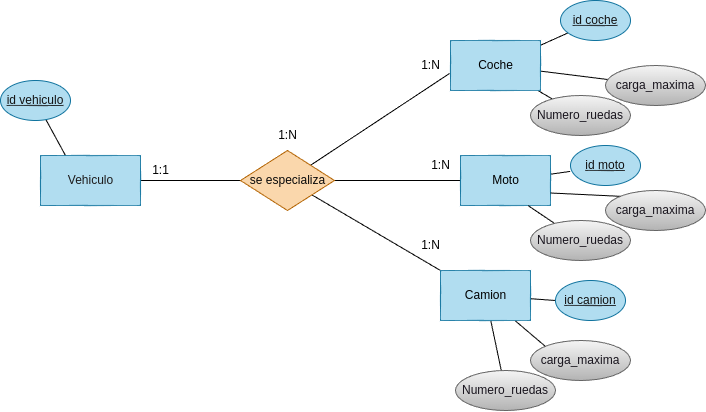
This is tareas/tarea-3/images/ejercicio18.drawio.png from betancorge/base-datos-2, a draw.io export, as it was before one commit. Source tidied: cells renumbered, new cells last; positions are measured from the earlier drawing's top-left corner, leaving out a move shared by most shapes. The source it was exported from:
```xml
<mxGraphModel>
  <root>
    <mxCell id="0" />
    <mxCell id="1" parent="0" />
    <mxCell id="2" style="edgeStyle=none;html=1;endArrow=none;endFill=0;entryX=0.25;entryY=0;entryDx=0;entryDy=0;" parent="1" edge="1" source="3" target="5">
      <mxGeometry relative="1" as="geometry" />
    </mxCell>
    <mxCell id="3" value="id vehiculo" style="ellipse;whiteSpace=wrap;html=1;align=center;fontStyle=4;fillColor=#b1ddf0;strokeColor=#10739e;fontColor=#121111;" parent="1" vertex="1">
      <mxGeometry y="80" width="70" height="40" as="geometry" />
    </mxCell>
    <mxCell id="4" style="edgeStyle=none;html=1;entryX=0;entryY=0.5;entryDx=0;entryDy=0;endArrow=none;endFill=0;" parent="1" edge="1" source="5" target="9">
      <mxGeometry relative="1" as="geometry" />
    </mxCell>
    <mxCell id="5" value="&lt;font color=&quot;#1d1b1b&quot;&gt;Vehiculo&lt;/font&gt;" style="html=1;dashed=0;whitespace=wrap;fillColor=#b1ddf0;strokeColor=#10739e;" parent="1" vertex="1">
      <mxGeometry x="40" y="155" width="100" height="50" as="geometry" />
    </mxCell>
    <mxCell id="6" style="edgeStyle=none;html=1;exitX=1;exitY=0.5;exitDx=0;exitDy=0;entryX=0;entryY=0.5;entryDx=0;entryDy=0;endArrow=none;endFill=0;" parent="1" edge="1" source="9" target="11">
      <mxGeometry relative="1" as="geometry" />
    </mxCell>
    <mxCell id="7" style="edgeStyle=none;html=1;entryX=-0.011;entryY=0.66;entryDx=0;entryDy=0;entryPerimeter=0;endArrow=none;endFill=0;" parent="1" edge="1" source="9" target="17">
      <mxGeometry relative="1" as="geometry" />
    </mxCell>
    <mxCell id="8" style="edgeStyle=none;html=1;entryX=0;entryY=0;entryDx=0;entryDy=0;endArrow=none;endFill=0;" parent="1" edge="1" source="9" target="21">
      <mxGeometry relative="1" as="geometry" />
    </mxCell>
    <mxCell id="9" value="&lt;font color=&quot;#0a0a0a&quot;&gt;se especializa&lt;/font&gt;" style="shape=rhombus;html=1;dashed=0;whitespace=wrap;perimeter=rhombusPerimeter;fillColor=#fad7ac;strokeColor=#b46504;" parent="1" vertex="1">
      <mxGeometry x="240" y="150" width="94" height="60" as="geometry" />
    </mxCell>
    <mxCell id="10" style="edgeStyle=none;html=1;entryX=-0.004;entryY=0.648;entryDx=0;entryDy=0;entryPerimeter=0;endArrow=none;endFill=0;" parent="1" edge="1" source="11" target="34">
      <mxGeometry relative="1" as="geometry" />
    </mxCell>
    <mxCell id="11" value="&lt;font color=&quot;#000000&quot;&gt;Moto&lt;/font&gt;" style="html=1;dashed=0;whitespace=wrap;fillColor=#b1ddf0;strokeColor=#10739e;" parent="1" vertex="1">
      <mxGeometry x="460" y="155" width="90" height="50" as="geometry" />
    </mxCell>
    <mxCell id="12" value="1:N" style="text;html=1;align=center;verticalAlign=middle;strokeColor=none;fillColor=none;" parent="1" vertex="1">
      <mxGeometry x="420" y="150" width="40" height="30" as="geometry" />
    </mxCell>
    <mxCell id="13" value="1:1" style="text;html=1;align=center;verticalAlign=middle;strokeColor=none;fillColor=none;" parent="1" vertex="1">
      <mxGeometry x="140" y="155" width="40" height="30" as="geometry" />
    </mxCell>
    <mxCell id="14" style="edgeStyle=none;html=1;endArrow=none;endFill=0;" parent="1" edge="1" source="17" target="32">
      <mxGeometry relative="1" as="geometry" />
    </mxCell>
    <mxCell id="15" style="edgeStyle=none;html=1;endArrow=none;endFill=0;" parent="1" edge="1" source="17" target="31">
      <mxGeometry relative="1" as="geometry" />
    </mxCell>
    <mxCell id="16" style="edgeStyle=none;html=1;endArrow=none;endFill=0;" parent="1" edge="1" source="17" target="33">
      <mxGeometry relative="1" as="geometry" />
    </mxCell>
    <mxCell id="17" value="&lt;font color=&quot;#000000&quot;&gt;Coche&lt;/font&gt;" style="html=1;dashed=0;whitespace=wrap;fillColor=#b1ddf0;strokeColor=#10739e;" parent="1" vertex="1">
      <mxGeometry x="450" y="40" width="90" height="50" as="geometry" />
    </mxCell>
    <mxCell id="18" style="edgeStyle=none;html=1;endArrow=none;endFill=0;" parent="1" edge="1" source="21" target="25">
      <mxGeometry relative="1" as="geometry" />
    </mxCell>
    <mxCell id="19" style="edgeStyle=none;html=1;entryX=0;entryY=0;entryDx=0;entryDy=0;endArrow=none;endFill=0;" parent="1" edge="1" source="21" target="26">
      <mxGeometry relative="1" as="geometry" />
    </mxCell>
    <mxCell id="20" style="edgeStyle=none;html=1;entryX=0;entryY=0.5;entryDx=0;entryDy=0;endArrow=none;endFill=0;" parent="1" edge="1" source="21" target="35">
      <mxGeometry relative="1" as="geometry" />
    </mxCell>
    <mxCell id="21" value="&lt;font color=&quot;#000000&quot;&gt;Camion&lt;/font&gt;" style="html=1;dashed=0;whitespace=wrap;fillColor=#b1ddf0;strokeColor=#10739e;" parent="1" vertex="1">
      <mxGeometry x="440" y="270" width="90" height="50" as="geometry" />
    </mxCell>
    <mxCell id="22" value="1:N" style="text;html=1;align=center;verticalAlign=middle;strokeColor=none;fillColor=none;" parent="1" vertex="1">
      <mxGeometry x="410" y="50" width="40" height="30" as="geometry" />
    </mxCell>
    <mxCell id="23" value="1:N" style="text;html=1;align=center;verticalAlign=middle;strokeColor=none;fillColor=none;" parent="1" vertex="1">
      <mxGeometry x="410" y="230" width="40" height="30" as="geometry" />
    </mxCell>
    <mxCell id="24" value="1:N" style="text;html=1;align=center;verticalAlign=middle;strokeColor=none;fillColor=none;" parent="1" vertex="1">
      <mxGeometry x="267" y="120" width="40" height="30" as="geometry" />
    </mxCell>
    <mxCell id="25" value="&lt;font color=&quot;#18141d&quot;&gt;Numero_ruedas&lt;/font&gt;" style="ellipse;whiteSpace=wrap;html=1;align=center;fillColor=#f5f5f5;gradientColor=#b3b3b3;strokeColor=#666666;" parent="1" vertex="1">
      <mxGeometry x="455" y="370" width="100" height="40" as="geometry" />
    </mxCell>
    <mxCell id="26" value="&lt;font color=&quot;#18141d&quot;&gt;carga_maxima&lt;/font&gt;" style="ellipse;whiteSpace=wrap;html=1;align=center;fillColor=#f5f5f5;gradientColor=#b3b3b3;strokeColor=#666666;" parent="1" vertex="1">
      <mxGeometry x="530" y="340" width="100" height="40" as="geometry" />
    </mxCell>
    <mxCell id="27" style="edgeStyle=none;html=1;endArrow=none;endFill=0;exitX=0.75;exitY=1;exitDx=0;exitDy=0;" parent="1" edge="1" source="11" target="29">
      <mxGeometry relative="1" as="geometry" />
    </mxCell>
    <mxCell id="28" style="edgeStyle=none;html=1;entryX=0;entryY=0;entryDx=0;entryDy=0;endArrow=none;endFill=0;exitX=1;exitY=0.75;exitDx=0;exitDy=0;" parent="1" edge="1" source="11" target="30">
      <mxGeometry relative="1" as="geometry" />
    </mxCell>
    <mxCell id="29" value="&lt;font color=&quot;#18141d&quot;&gt;Numero_ruedas&lt;/font&gt;" style="ellipse;whiteSpace=wrap;html=1;align=center;fillColor=#f5f5f5;gradientColor=#b3b3b3;strokeColor=#666666;" parent="1" vertex="1">
      <mxGeometry x="530" y="220" width="100" height="40" as="geometry" />
    </mxCell>
    <mxCell id="30" value="&lt;font color=&quot;#18141d&quot;&gt;carga_maxima&lt;/font&gt;" style="ellipse;whiteSpace=wrap;html=1;align=center;fillColor=#f5f5f5;gradientColor=#b3b3b3;strokeColor=#666666;" parent="1" vertex="1">
      <mxGeometry x="605" y="190" width="100" height="40" as="geometry" />
    </mxCell>
    <mxCell id="31" value="&lt;font color=&quot;#18141d&quot;&gt;Numero_ruedas&lt;/font&gt;" style="ellipse;whiteSpace=wrap;html=1;align=center;fillColor=#f5f5f5;gradientColor=#b3b3b3;strokeColor=#666666;" parent="1" vertex="1">
      <mxGeometry x="530" y="95" width="100" height="40" as="geometry" />
    </mxCell>
    <mxCell id="32" value="&lt;font color=&quot;#18141d&quot;&gt;carga_maxima&lt;/font&gt;" style="ellipse;whiteSpace=wrap;html=1;align=center;fillColor=#f5f5f5;gradientColor=#b3b3b3;strokeColor=#666666;" parent="1" vertex="1">
      <mxGeometry x="605" y="65" width="100" height="40" as="geometry" />
    </mxCell>
    <mxCell id="33" value="id coche" style="ellipse;whiteSpace=wrap;html=1;align=center;fontStyle=4;fillColor=#b1ddf0;strokeColor=#10739e;fontColor=#121111;" parent="1" vertex="1">
      <mxGeometry x="560" width="70" height="40" as="geometry" />
    </mxCell>
    <mxCell id="34" value="id moto" style="ellipse;whiteSpace=wrap;html=1;align=center;fontStyle=4;fillColor=#b1ddf0;strokeColor=#10739e;fontColor=#121111;" parent="1" vertex="1">
      <mxGeometry x="570" y="145" width="70" height="40" as="geometry" />
    </mxCell>
    <mxCell id="35" value="id camion" style="ellipse;whiteSpace=wrap;html=1;align=center;fontStyle=4;fillColor=#b1ddf0;strokeColor=#10739e;fontColor=#121111;" parent="1" vertex="1">
      <mxGeometry x="555" y="280" width="70" height="40" as="geometry" />
    </mxCell>
  </root>
</mxGraphModel>
```
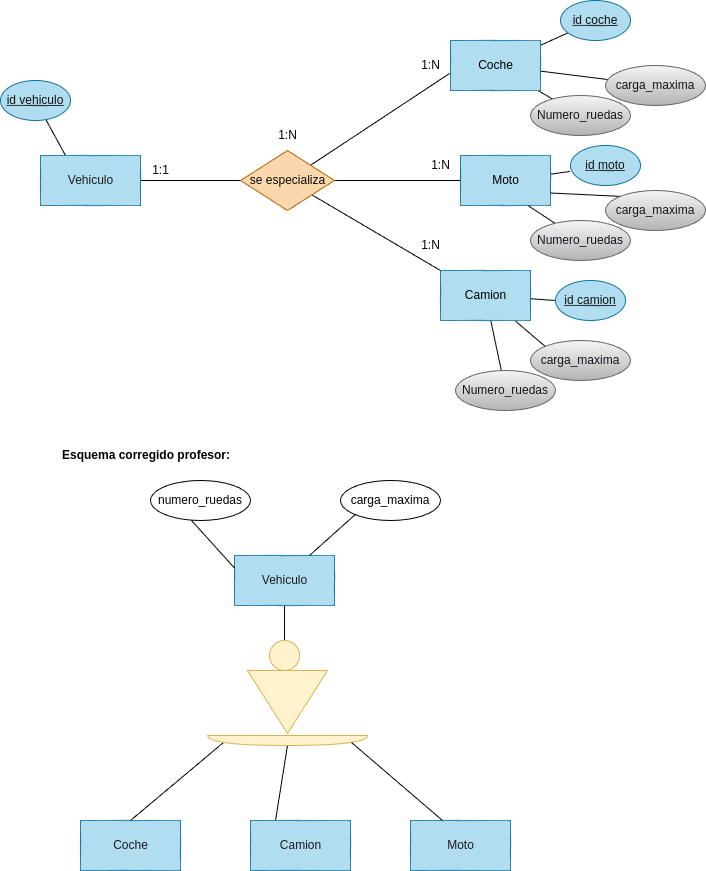
After the commit.

What changed in the source:
```diff
@@ -104,5 +104,53 @@
     <mxCell id="35" value="id camion" style="ellipse;whiteSpace=wrap;html=1;align=center;fontStyle=4;fillColor=#b1ddf0;strokeColor=#10739e;fontColor=#121111;" parent="1" vertex="1">
       <mxGeometry x="555" y="280" width="70" height="40" as="geometry" />
     </mxCell>
+    <mxCell id="36" value="&lt;h1 style=&quot;margin-top: 0px;&quot;&gt;&lt;font style=&quot;font-size: 12px;&quot;&gt;Esquema corregido profesor:&lt;/font&gt;&lt;/h1&gt;" style="text;html=1;whiteSpace=wrap;overflow=hidden;rounded=0;" parent="1" vertex="1">
+      <mxGeometry x="60" y="430" width="190" height="50" as="geometry" />
+    </mxCell>
+    <mxCell id="37" style="edgeStyle=none;html=1;entryX=0.5;entryY=0;entryDx=0;entryDy=0;endArrow=none;endFill=0;" parent="1" edge="1" source="38" target="43">
+      <mxGeometry relative="1" as="geometry" />
+    </mxCell>
+    <mxCell id="38" value="&lt;font color=&quot;#1d1b1b&quot;&gt;Vehiculo&lt;/font&gt;" style="html=1;dashed=0;whitespace=wrap;fillColor=#b1ddf0;strokeColor=#10739e;" parent="1" vertex="1">
+      <mxGeometry x="234" y="555" width="100" height="50" as="geometry" />
+    </mxCell>
+    <mxCell id="39" style="edgeStyle=none;html=1;exitX=0.41;exitY=1;exitDx=0;exitDy=0;entryX=0;entryY=0.25;entryDx=0;entryDy=0;exitPerimeter=0;endArrow=none;endFill=0;" parent="1" edge="1" source="40" target="38">
+      <mxGeometry relative="1" as="geometry" />
+    </mxCell>
+    <mxCell id="40" value="numero_ruedas" style="ellipse;whiteSpace=wrap;html=1;align=center;" parent="1" vertex="1">
+      <mxGeometry x="150" y="480" width="100" height="40" as="geometry" />
+    </mxCell>
+    <mxCell id="41" style="edgeStyle=none;html=1;exitX=0;exitY=1;exitDx=0;exitDy=0;entryX=0.75;entryY=0;entryDx=0;entryDy=0;endArrow=none;endFill=0;" parent="1" edge="1" source="42" target="38">
+      <mxGeometry relative="1" as="geometry" />
+    </mxCell>
+    <mxCell id="42" value="carga_maxima" style="ellipse;whiteSpace=wrap;html=1;align=center;" parent="1" vertex="1">
+      <mxGeometry x="340" y="480" width="100" height="40" as="geometry" />
+    </mxCell>
+    <mxCell id="43" style="ellipse;whiteSpace=wrap;html=1;fillColor=#fff2cc;strokeColor=#d6b656;" parent="1" vertex="1">
+      <mxGeometry x="269" y="640" width="30" height="30" as="geometry" />
+    </mxCell>
+    <mxCell id="44" style="triangle;whiteSpace=wrap;html=1;rotation=90;fillColor=#fff2cc;strokeColor=#d6b656;" parent="1" vertex="1">
+      <mxGeometry x="255.5" y="661.5" width="63" height="80" as="geometry" />
+    </mxCell>
+    <mxCell id="45" style="edgeStyle=none;html=1;exitX=0.7;exitY=0.9;exitDx=0;exitDy=0;exitPerimeter=0;entryX=0.5;entryY=0;entryDx=0;entryDy=0;endArrow=none;endFill=0;" parent="1" edge="1" source="47" target="48">
+      <mxGeometry relative="1" as="geometry" />
+    </mxCell>
+    <mxCell id="46" style="edgeStyle=none;html=1;exitX=1;exitY=0.5;exitDx=0;exitDy=0;exitPerimeter=0;entryX=0.25;entryY=0;entryDx=0;entryDy=0;endArrow=none;endFill=0;" parent="1" edge="1" source="47" target="49">
+      <mxGeometry relative="1" as="geometry" />
+    </mxCell>
+    <mxCell id="47" style="shape=or;whiteSpace=wrap;html=1;rotation=90;fillColor=#fff2cc;strokeColor=#d6b656;" parent="1" vertex="1">
+      <mxGeometry x="282" y="660" width="10" height="160" as="geometry" />
+    </mxCell>
+    <mxCell id="48" value="&lt;font color=&quot;#1d1b1b&quot;&gt;Coche&lt;/font&gt;" style="html=1;dashed=0;whitespace=wrap;fillColor=#b1ddf0;strokeColor=#10739e;" parent="1" vertex="1">
+      <mxGeometry x="80" y="820" width="100" height="50" as="geometry" />
+    </mxCell>
+    <mxCell id="49" value="&lt;font color=&quot;#1d1b1b&quot;&gt;Camion&lt;/font&gt;" style="html=1;dashed=0;whitespace=wrap;fillColor=#b1ddf0;strokeColor=#10739e;" parent="1" vertex="1">
+      <mxGeometry x="250" y="820" width="100" height="50" as="geometry" />
+    </mxCell>
+    <mxCell id="50" value="&lt;font color=&quot;#1d1b1b&quot;&gt;Moto&lt;/font&gt;" style="html=1;dashed=0;whitespace=wrap;fillColor=#b1ddf0;strokeColor=#10739e;" parent="1" vertex="1">
+      <mxGeometry x="410" y="820" width="100" height="50" as="geometry" />
+    </mxCell>
+    <mxCell id="51" style="edgeStyle=none;html=1;exitX=0.7;exitY=0.1;exitDx=0;exitDy=0;exitPerimeter=0;entryX=0.32;entryY=0;entryDx=0;entryDy=0;entryPerimeter=0;endArrow=none;endFill=0;" parent="1" edge="1" source="47" target="50">
+      <mxGeometry relative="1" as="geometry" />
+    </mxCell>
   </root>
 </mxGraphModel>
```
